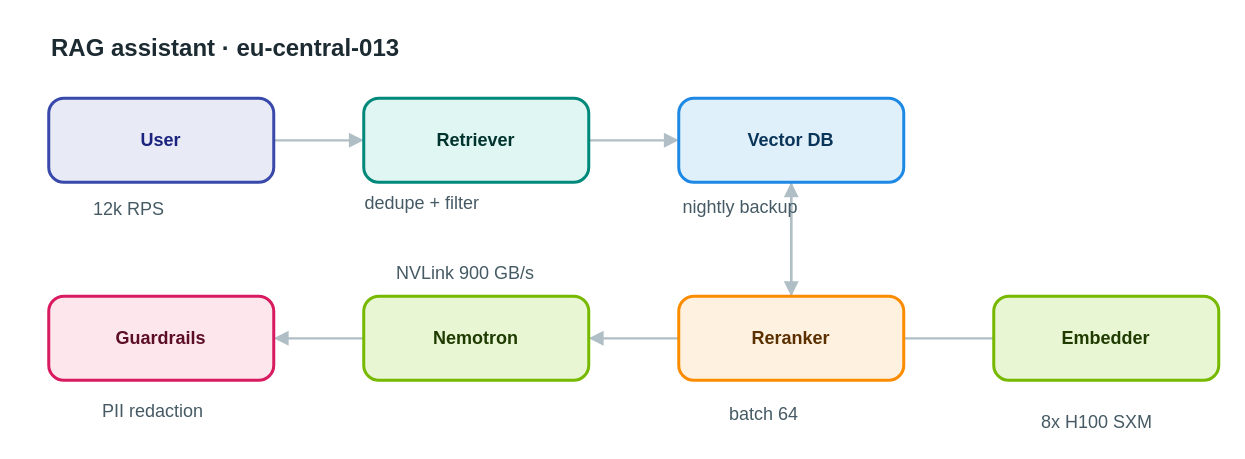
Above: apps/web/public/samples/library/013-rag-assistant.drawio in AryanG01/open-apprentice (draw.io), before the change. Source tidied: cells renumbered, new cells numbered last; positions are measured from the earlier drawing's top-left corner, leaving out a move shared by most shapes. Both pictures are drawn from the tidied source at 150%, with x=0, y=0 at pixel (48, 26).
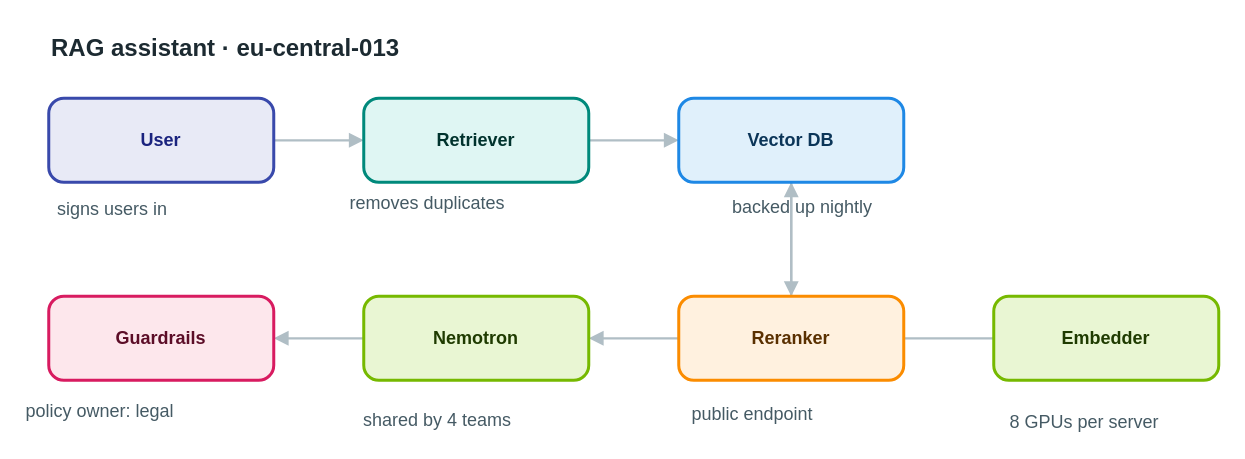
The same diagram, later.

What changed in the source:
```diff
@@
-    <mxCell id="16" value="12k RPS" style="text;html=1;align=left;verticalAlign=top;whiteSpace=nowrap;spacing=0;spacingTop=0;strokeColor=none;fillColor=none;fontSize=12;fontColor=#455a64;" parent="1" vertex="1">
-      <mxGeometry x="30" y="110" width="61" height="20" as="geometry" />
+    <mxCell id="16" value="signs users in" style="text;html=1;align=left;verticalAlign=top;whiteSpace=nowrap;spacing=0;spacingTop=0;strokeColor=none;fillColor=none;fontSize=12;fontColor=#455a64;" parent="1" vertex="1">
+      <mxGeometry x="6" y="110" width="110" height="20" as="geometry" />
     </mxCell>
-    <mxCell id="17" value="dedupe + filter" style="text;html=1;align=left;verticalAlign=top;whiteSpace=nowrap;spacing=0;spacingTop=0;strokeColor=none;fillColor=none;fontSize=12;fontColor=#455a64;" parent="1" vertex="1">
-      <mxGeometry x="211" y="106" width="117" height="20" as="geometry" />
+    <mxCell id="17" value="removes duplicates" style="text;html=1;align=left;verticalAlign=top;whiteSpace=nowrap;spacing=0;spacingTop=0;strokeColor=none;fillColor=none;fontSize=12;fontColor=#455a64;" parent="1" vertex="1">
+      <mxGeometry x="201" y="106" width="138" height="20" as="geometry" />
     </mxCell>
-    <mxCell id="18" value="nightly backup" style="text;html=1;align=left;verticalAlign=top;whiteSpace=nowrap;spacing=0;spacingTop=0;strokeColor=none;fillColor=none;fontSize=12;fontColor=#455a64;" parent="1" vertex="1">
-      <mxGeometry x="423" y="109" width="110" height="20" as="geometry" />
+    <mxCell id="18" value="backed up nightly" style="text;html=1;align=left;verticalAlign=top;whiteSpace=nowrap;spacing=0;spacingTop=0;strokeColor=none;fillColor=none;fontSize=12;fontColor=#455a64;" parent="1" vertex="1">
+      <mxGeometry x="456" y="109" width="131" height="20" as="geometry" />
     </mxCell>
-    <mxCell id="19" value="batch 64" style="text;html=1;align=left;verticalAlign=top;whiteSpace=nowrap;spacing=0;spacingTop=0;strokeColor=none;fillColor=none;fontSize=12;fontColor=#455a64;" parent="1" vertex="1">
-      <mxGeometry x="454" y="247" width="68" height="20" as="geometry" />
+    <mxCell id="19" value="public endpoint" style="text;html=1;align=left;verticalAlign=top;whiteSpace=nowrap;spacing=0;spacingTop=0;strokeColor=none;fillColor=none;fontSize=12;fontColor=#455a64;" parent="1" vertex="1">
+      <mxGeometry x="429" y="247" width="117" height="20" as="geometry" />
     </mxCell>
-    <mxCell id="20" value="NVLink 900 GB/s" style="text;html=1;align=left;verticalAlign=top;whiteSpace=nowrap;spacing=0;spacingTop=0;strokeColor=none;fillColor=none;fontSize=12;fontColor=#455a64;" parent="1" vertex="1">
-      <mxGeometry x="232" y="153" width="117" height="20" as="geometry" />
+    <mxCell id="20" value="shared by 4 teams" style="text;html=1;align=left;verticalAlign=top;whiteSpace=nowrap;spacing=0;spacingTop=0;strokeColor=none;fillColor=none;fontSize=12;fontColor=#455a64;" parent="1" vertex="1">
+      <mxGeometry x="210" y="251" width="131" height="20" as="geometry" />
     </mxCell>
-    <mxCell id="21" value="PII redaction" style="text;html=1;align=left;verticalAlign=top;whiteSpace=nowrap;spacing=0;spacingTop=0;strokeColor=none;fillColor=none;fontSize=12;fontColor=#455a64;" parent="1" vertex="1">
-      <mxGeometry x="36" y="245" width="103" height="20" as="geometry" />
+    <mxCell id="21" value="policy owner: legal" style="text;html=1;align=left;verticalAlign=top;whiteSpace=nowrap;spacing=0;spacingTop=0;strokeColor=none;fillColor=none;fontSize=12;fontColor=#455a64;" parent="1" vertex="1">
+      <mxGeometry x="-15" y="245" width="145" height="20" as="geometry" />
     </mxCell>
-    <mxCell id="22" value="8x H100 SXM" style="text;html=1;align=left;verticalAlign=top;whiteSpace=nowrap;spacing=0;spacingTop=0;strokeColor=none;fillColor=none;fontSize=12;fontColor=#455a64;" parent="1" vertex="1">
-      <mxGeometry x="662" y="252" width="89" height="20" as="geometry" />
+    <mxCell id="22" value="8 GPUs per server" style="text;html=1;align=left;verticalAlign=top;whiteSpace=nowrap;spacing=0;spacingTop=0;strokeColor=none;fillColor=none;fontSize=12;fontColor=#455a64;" parent="1" vertex="1">
+      <mxGeometry x="641" y="252" width="131" height="20" as="geometry" />
     </mxCell>
```
